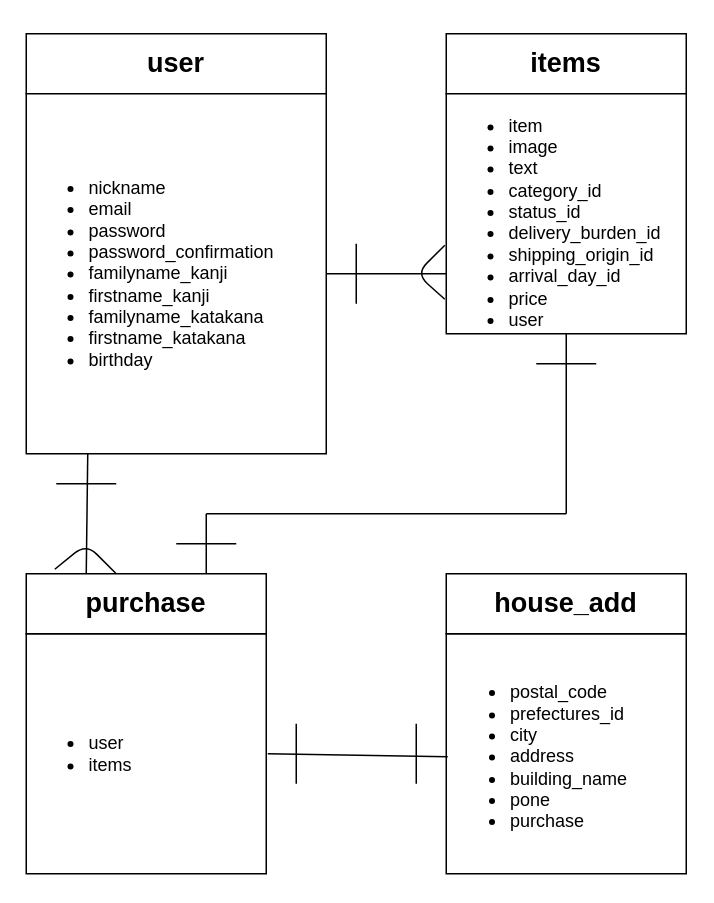
This is furima.drawio from teruan777/furima_28422, a draw.io file, before an edit. Source tidied: cells renumbered, new cells numbered last; positions are measured from the earlier drawing's top-left corner, leaving out a move shared by most shapes. Both pictures are drawn from the tidied source at 150%, with x=0, y=0 at pixel (26, 33).
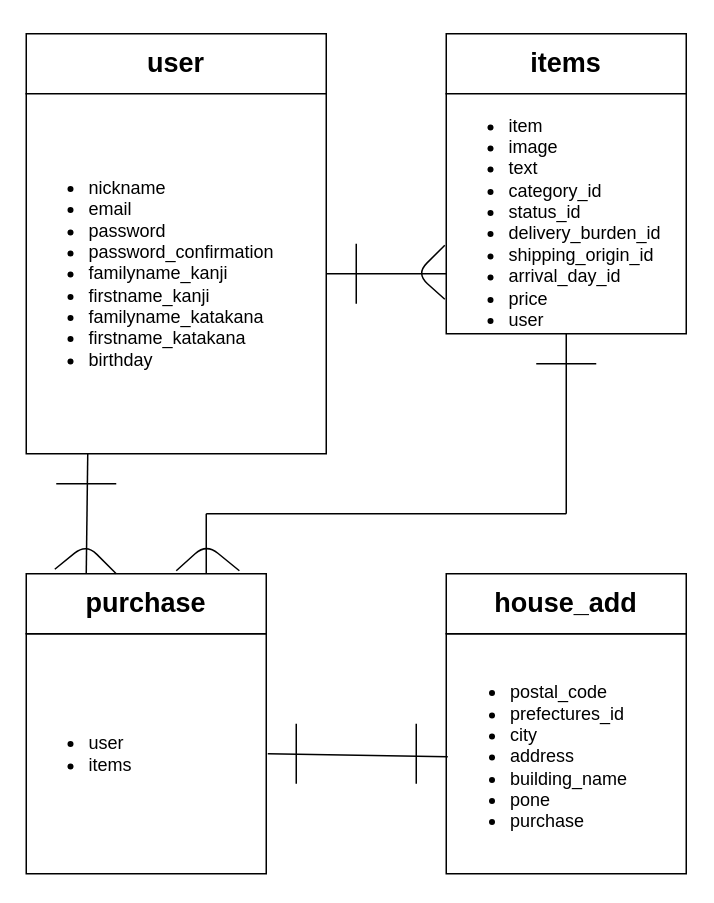
The same page after the edit.

Commit message (it also covers changes not shown here):
ER図とREADMYの再再々修正

The change refers to these unchanged cells:
```xml
<mxCell id="6" value="&lt;h2&gt;purchase&lt;/h2&gt;" style="rounded=0;whiteSpace=wrap;html=1;" parent="1" vertex="1">
  <mxGeometry y="360" width="160" height="40" as="geometry" />
</mxCell>
```

What changed in the source:
```diff
@@
-    <mxCell id="27" style="endArrow=none;html=1;" parent="1" edge="1">
+    <mxCell id="27" style="endArrow=none;html=1;entryX=0.888;entryY=-0.05;entryDx=0;entryDy=0;entryPerimeter=0;exitX=0.625;exitY=-0.05;exitDx=0;exitDy=0;exitPerimeter=0;" parent="1" edge="1" source="6" target="6">
       <mxGeometry relative="1" as="geometry">
-        <mxPoint x="100" y="340" as="sourcePoint" />
-        <mxPoint x="140" y="340" as="targetPoint" />
+        <Array as="points">
+          <mxPoint x="120" y="340" />
+        </Array>
       </mxGeometry>
     </mxCell>
```
